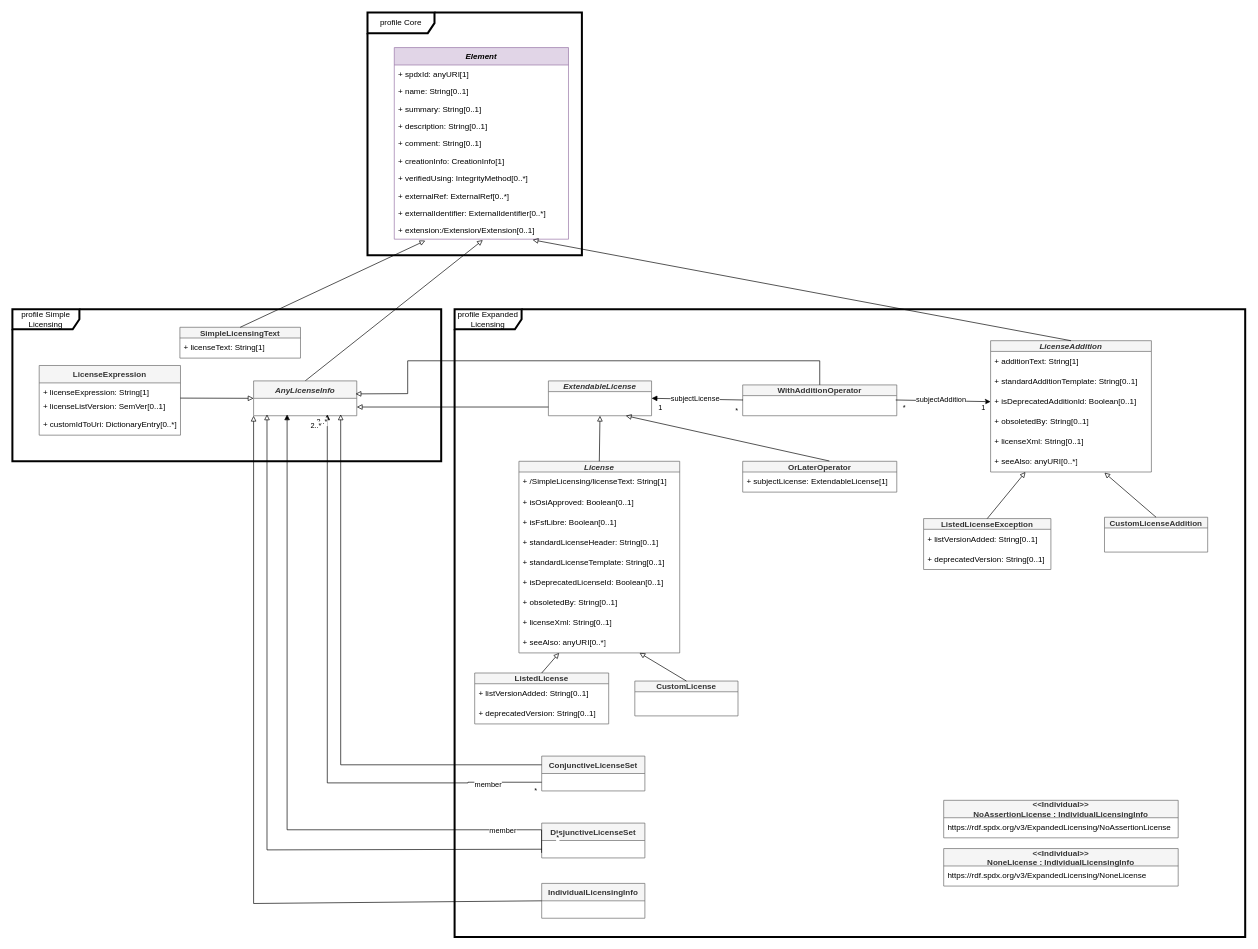
The draw.io diagram page "Licensing" (2 of 7) of model.drawio in spdx/spdx-3-model, before the edit. Source tidied: cells renumbered, new cells numbered last; positions are measured from the earlier drawing's top-left corner, leaving out a move shared by most shapes. Both pictures are drawn from the tidied source at 67%, with x=0, y=0 at pixel (12, 12).
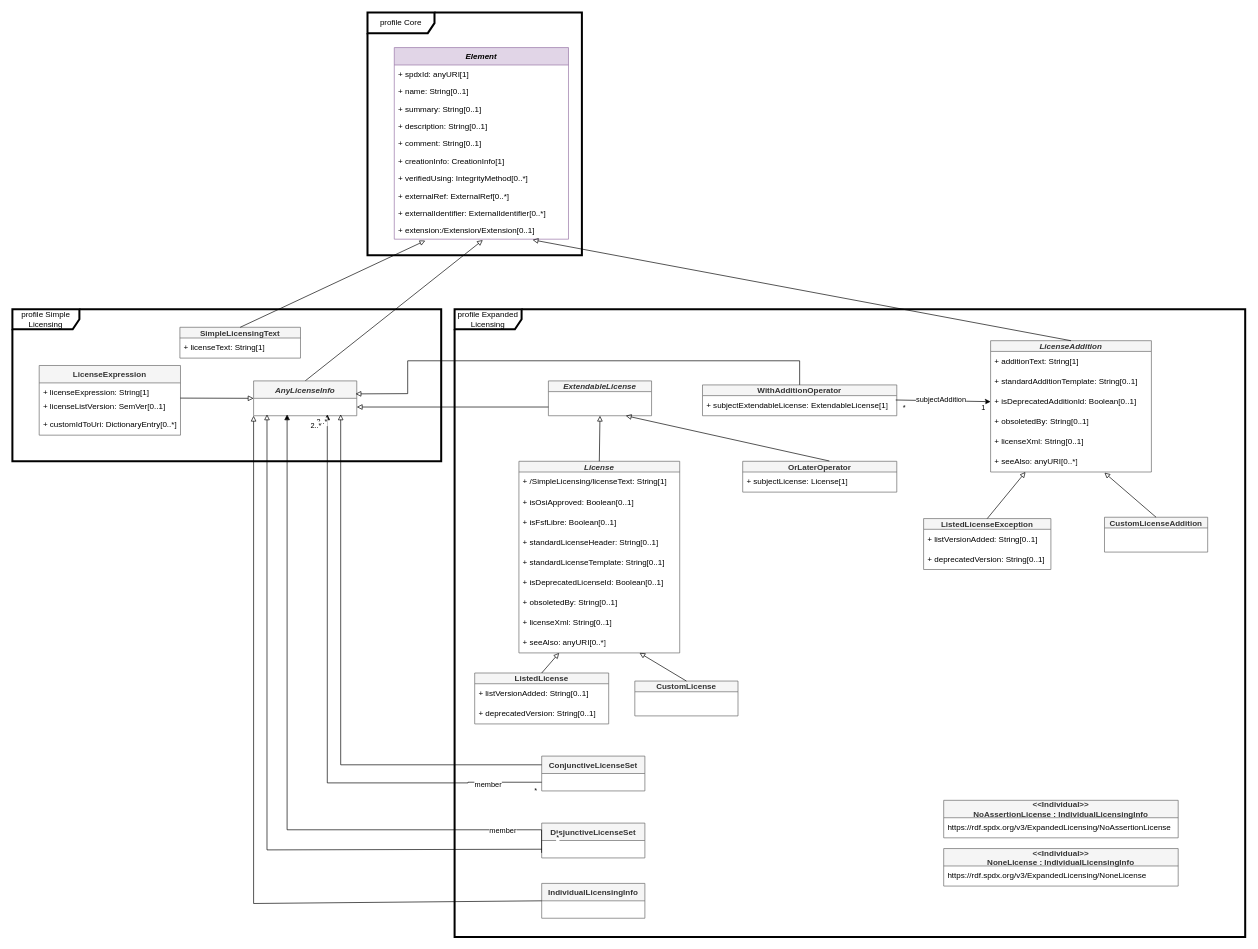
Above is the later version.

The change refers to these unchanged cells:
```xml
<mxCell id="18" value="AnyLicenseInfo" style="swimlane;fontStyle=3;horizontal=1;startSize=26;fillColor=#f5f5f5;strokeColor=#666666;fontColor=#333333;" parent="1" vertex="1">
  <mxGeometry x="360" y="550" width="154" height="52" as="geometry" />
</mxCell>
<mxCell id="39" value="ExtendableLicense" style="swimlane;fontStyle=3;horizontal=1;startSize=16;fillColor=#f5f5f5;strokeColor=#666666;fontColor=#333333;" parent="1" vertex="1">
  <mxGeometry x="800" y="550" width="154" height="52" as="geometry" />
</mxCell>
<mxCell id="67" value="OrLaterOperator" style="swimlane;fontStyle=1;horizontal=1;startSize=16;fillColor=#f5f5f5;strokeColor=#666666;fontColor=#333333;" parent="1" vertex="1">
  <mxGeometry x="1090" y="670" width="230" height="46" as="geometry" />
</mxCell>
```

What changed in the source:
```diff
@@
-    <mxCell id="68" value="+ subjectLicense: ExtendableLicense[1]" style="text;strokeColor=none;fillColor=none;align=left;verticalAlign=middle;spacingLeft=4;spacingRight=4;overflow=hidden;whiteSpace=wrap;html=1;" parent="67" vertex="1">
-      <mxGeometry y="16" width="230" height="30" as="geometry" />
-    </mxCell>
+    <mxCell id="90" value="+ subjectLicense: License[1]" style="text;strokeColor=none;fillColor=none;align=left;verticalAlign=middle;spacingLeft=4;spacingRight=4;overflow=hidden;whiteSpace=wrap;html=1;" parent="67" vertex="1">
+      <mxGeometry y="16" width="230" height="30" as="geometry" />
+    </mxCell>
@@
     <mxCell id="71" value="WithAdditionOperator" style="swimlane;fontStyle=1;horizontal=1;startSize=16;fillColor=#f5f5f5;strokeColor=#666666;fontColor=#333333;" parent="1" vertex="1">
-      <mxGeometry x="1090" y="556" width="230" height="46" as="geometry" />
+      <mxGeometry x="1030" y="556" width="290" height="46" as="geometry" />
     </mxCell>
+    <mxCell id="68" value="+ subjectExtendableLicense: ExtendableLicense[1]" style="text;strokeColor=none;fillColor=none;align=left;verticalAlign=middle;spacingLeft=4;spacingRight=4;overflow=hidden;whiteSpace=wrap;html=1;" parent="71" vertex="1">
+      <mxGeometry y="16" width="290" height="30" as="geometry" />
+    </mxCell>
     <mxCell id="72" style="endArrow=block;html=1;rounded=0;exitX=0.5;exitY=0;exitDx=0;exitDy=0;endFill=0;entryX=0.988;entryY=0.373;entryDx=0;entryDy=0;entryPerimeter=0;" parent="1" edge="1" source="71" target="18">
       <mxGeometry relative="1" as="geometry">
         <Array as="points">
-          <mxPoint x="1205" y="520" />
+          <mxPoint x="1175" y="520" />
           <mxPoint x="590" y="520" />
           <mxPoint x="590" y="569" />
         </Array>
       </mxGeometry>
     </mxCell>
-    <mxCell id="73" style="endArrow=block;html=1;rounded=0;entryX=1;entryY=0.5;entryDx=0;entryDy=0;exitX=0.002;exitY=0.217;exitDx=0;exitDy=0;exitPerimeter=0;endFill=1;" parent="1" edge="1" target="39">
-      <mxGeometry relative="1" as="geometry">
-        <mxPoint x="1090.5" y="578.5" as="sourcePoint" />
-      </mxGeometry>
-    </mxCell>
-    <mxCell id="74" value="subjectLicense" style="edgeLabel;html=1;align=center;verticalAlign=middle;" parent="73" vertex="1">
-      <mxGeometry x="0.06" y="-2" relative="1" as="geometry" />
-    </mxCell>
-    <mxCell id="75" value="1" style="edgeLabel;html=1;align=center;verticalAlign=middle;" parent="73" vertex="1">
-      <mxGeometry x="0.82" relative="1" as="geometry">
-        <mxPoint y="13" as="offset" />
-      </mxGeometry>
-    </mxCell>
-    <mxCell id="76" value="*" style="edgeLabel;html=1;align=center;verticalAlign=middle;" parent="73" vertex="1">
-      <mxGeometry x="-0.78" relative="1" as="geometry">
-        <mxPoint x="5" y="15" as="offset" />
-      </mxGeometry>
-    </mxCell>
```
